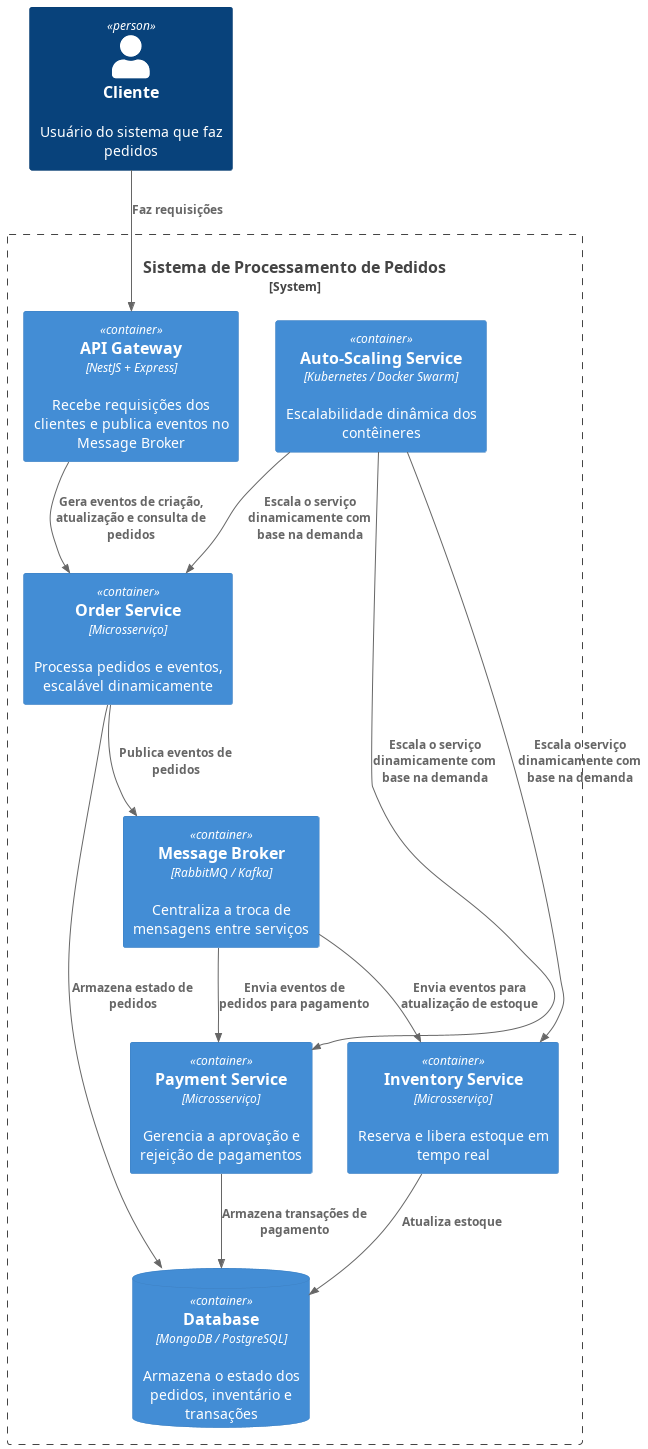
Above: assets/diagrams/out/n2-container/Container n2.png in jnerydesigner/Bemol (PlantUML), before the change.
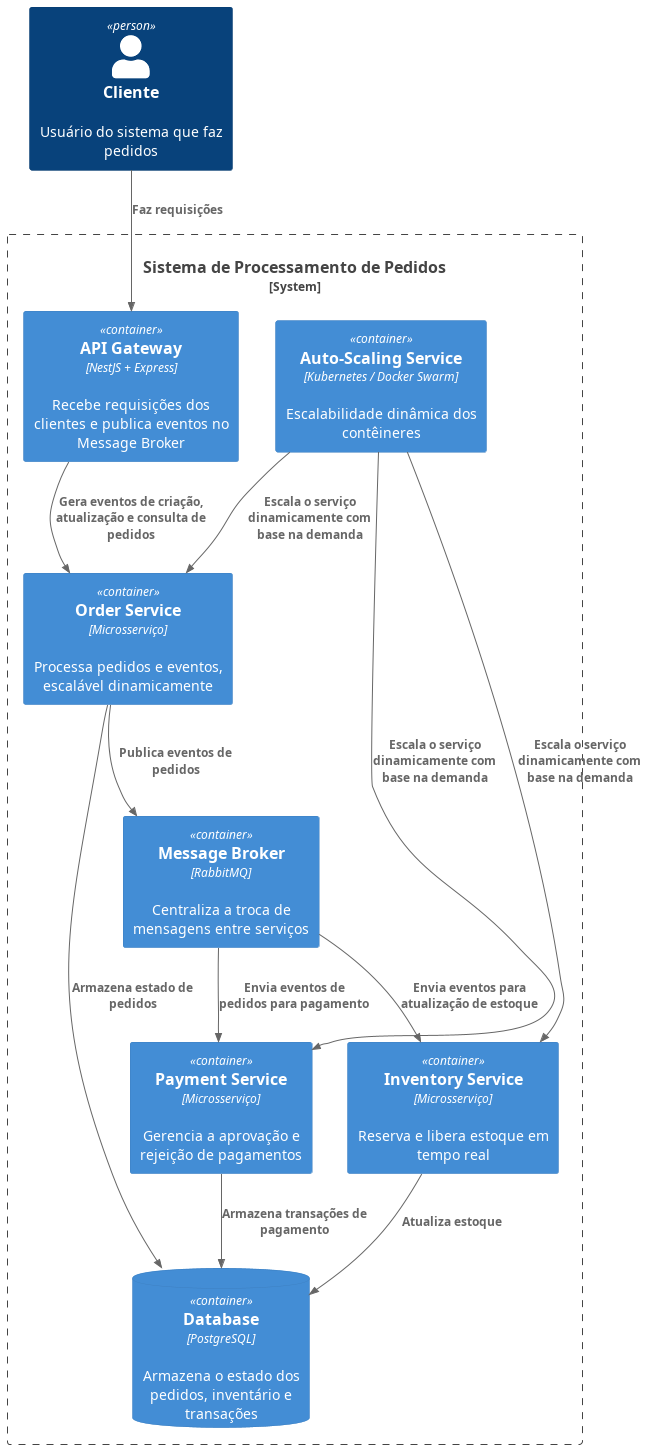
After the commit.

Commit message:
Chore: Adjust in n2-container

Diff of the diagram source:
```diff
@@ -13,9 +13,9 @@
 
   Container(inventoryService, "Inventory Service", "Microsserviço", "Reserva e libera estoque em tempo real")
 
-  Container(messageBroker, "Message Broker", "RabbitMQ / Kafka", "Centraliza a troca de mensagens entre serviços")
+  Container(messageBroker, "Message Broker", "RabbitMQ", "Centraliza a troca de mensagens entre serviços")
 
-  ContainerDb(database, "Database", "MongoDB / PostgreSQL", "Armazena o estado dos pedidos, inventário e transações")
+  ContainerDb(database, "Database", "PostgreSQL", "Armazena o estado dos pedidos, inventário e transações")
 
   Container(kubernetes, "Auto-Scaling Service", "Kubernetes / Docker Swarm", "Escalabilidade dinâmica dos contêineres")
 
```
